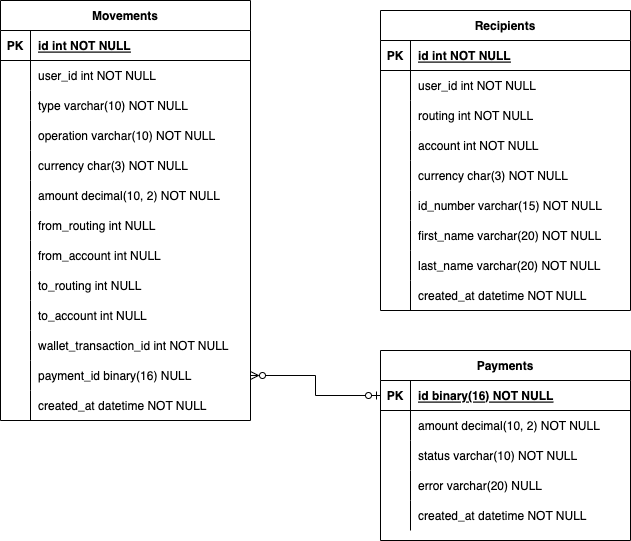
Above: docs/models.png in ariel17/ontop_challenge (draw.io), before the change. Source tidied: cells renumbered, new cells last; positions are measured from the earlier drawing's top-left corner, leaving out a move shared by most shapes.
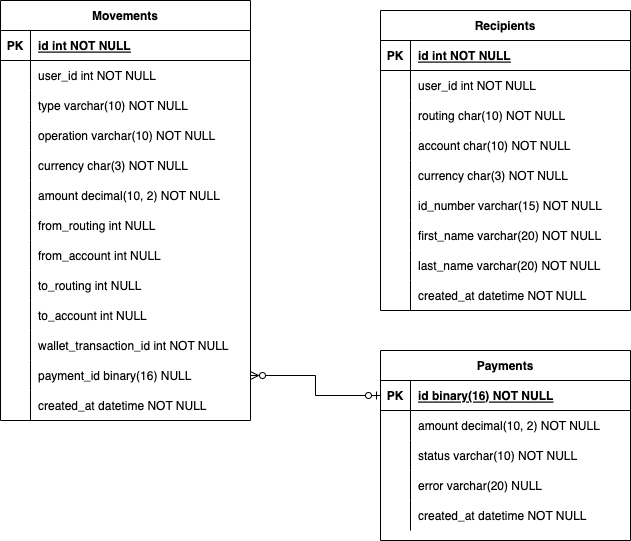
After the change.

Commit message:
Updates models definition.

Change to the diagram source:
```diff
@@ -197,7 +197,7 @@
     <mxCell id="66" style="shape=partialRectangle;overflow=hidden;fillColor=none;top=0;left=0;bottom=0;right=0;" parent="65" vertex="1">
       <mxGeometry width="30" height="30" as="geometry" />
     </mxCell>
-    <mxCell id="67" value="routing int NOT NULL" style="shape=partialRectangle;overflow=hidden;fillColor=none;top=0;left=0;bottom=0;right=0;align=left;spacingLeft=6;" parent="65" vertex="1">
+    <mxCell id="67" value="routing char(10) NOT NULL" style="shape=partialRectangle;overflow=hidden;fillColor=none;top=0;left=0;bottom=0;right=0;align=left;spacingLeft=6;" parent="65" vertex="1">
       <mxGeometry x="30" width="220" height="30" as="geometry" />
     </mxCell>
     <mxCell id="68" style="shape=partialRectangle;fillColor=none;top=0;left=0;right=0;bottom=0;" parent="58" vertex="1">
@@ -206,7 +206,7 @@
     <mxCell id="69" style="shape=partialRectangle;overflow=hidden;fillColor=none;top=0;left=0;bottom=0;right=0;" parent="68" vertex="1">
       <mxGeometry width="30" height="30" as="geometry" />
     </mxCell>
-    <mxCell id="70" value="account int NOT NULL" style="shape=partialRectangle;overflow=hidden;fillColor=none;top=0;left=0;bottom=0;right=0;align=left;spacingLeft=6;" parent="68" vertex="1">
+    <mxCell id="70" value="account char(10) NOT NULL" style="shape=partialRectangle;overflow=hidden;fillColor=none;top=0;left=0;bottom=0;right=0;align=left;spacingLeft=6;" parent="68" vertex="1">
       <mxGeometry x="30" width="220" height="30" as="geometry" />
     </mxCell>
     <mxCell id="71" style="shape=partialRectangle;fillColor=none;top=0;left=0;right=0;bottom=0;" parent="58" vertex="1">
```
